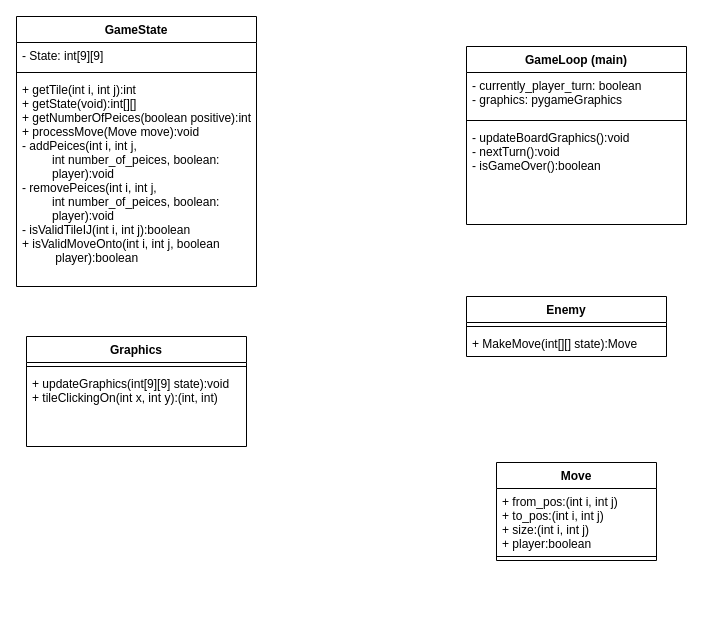
Before: Plan/Class Diagram.drawio in maxcaddie/Ludum_Dare_46, a draw.io diagram. Source tidied: cells renumbered, new cells numbered last; positions are measured from the earlier drawing's top-left corner, leaving out a move shared by most shapes. Both pictures are drawn from the tidied source at 100%, with x=0, y=0 at pixel (16, 16).
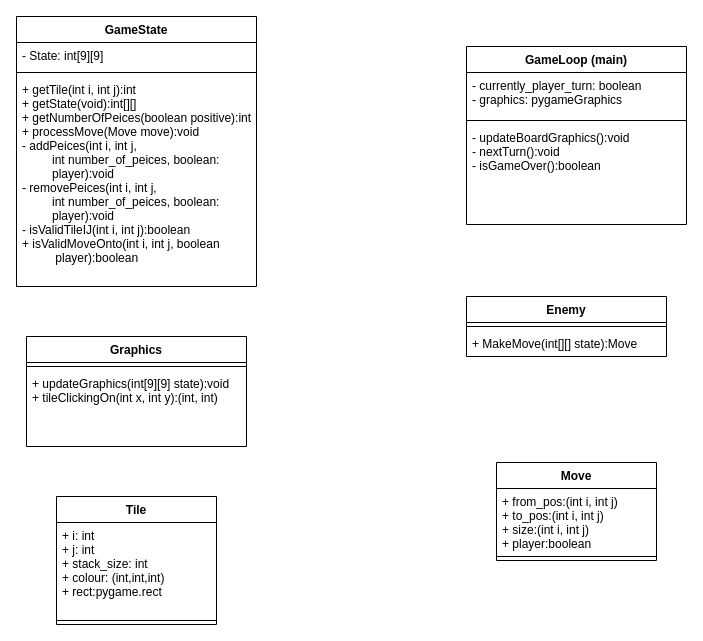
The same page after the edit.

Change to the diagram source:
```diff
@@
+    <mxCell id="19" value="Tile" style="swimlane;fontStyle=1;align=center;verticalAlign=top;horizontal=1;startSize=26;" parent="1" vertex="1">
+      <mxGeometry x="40" y="480" width="160" height="128" as="geometry" />
+    </mxCell>
+    <mxCell id="20" value="+ i: int&#10;+ j: int&#10;+ stack_size: int&#10;+ colour: (int,int,int)&#10;+ rect:pygame.rect" style="text;strokeColor=none;fillColor=none;align=left;verticalAlign=top;spacingLeft=4;spacingRight=4;overflow=hidden;" parent="19" vertex="1">
+      <mxGeometry y="26" width="160" height="94" as="geometry" />
+    </mxCell>
+    <mxCell id="21" style="line;strokeWidth=1;fillColor=none;align=left;verticalAlign=middle;spacingTop=-1;spacingLeft=3;spacingRight=3;labelPosition=right;" parent="19" vertex="1">
+      <mxGeometry y="120" width="160" height="8" as="geometry" />
+    </mxCell>
```
